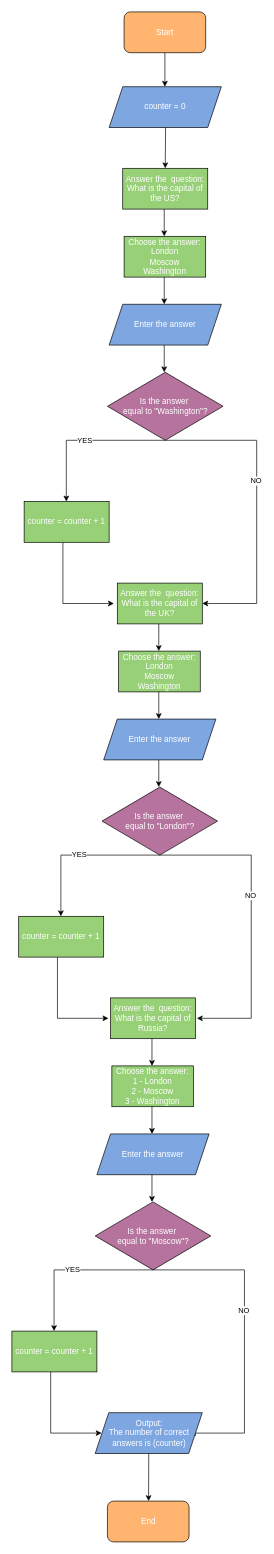
This is src/Untitled Diagram.drawio from amir-deveeloper/Text_based_adventure, a draw.io file, before an edit. Source tidied: cells renumbered, new cells numbered last; positions are measured from the earlier drawing's top-left corner, leaving out a move shared by most shapes. Both pictures are drawn from the tidied source at 68%, with x=0, y=0 at pixel (12, 12).
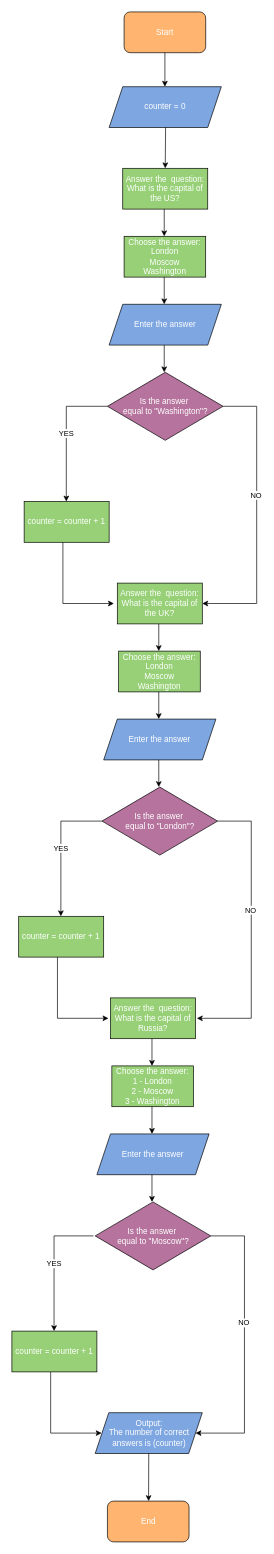
Above is the later version.

The change refers to these unchanged cells:
```xml
<mxCell id="10" value="Is the&amp;nbsp;answer&amp;nbsp;&lt;br&gt;equal to &quot;Washington&quot;?" style="rhombus;whiteSpace=wrap;html=1;fontColor=#FFFFFF;fillColor=#B5739D;" parent="1" vertex="1">
  <mxGeometry x="140.5" y="530" width="170" height="100" as="geometry" />
</mxCell>
<mxCell id="24" value="Is the&amp;nbsp;answer&amp;nbsp;&lt;br&gt;equal to &quot;London&quot;?" style="rhombus;whiteSpace=wrap;html=1;fontColor=#FFFFFF;fillColor=#B5739D;" parent="1" vertex="1">
  <mxGeometry x="132.5" y="1140" width="170" height="100" as="geometry" />
</mxCell>
<mxCell id="36" value="Is the&amp;nbsp;answer&amp;nbsp;&lt;br&gt;equal to &quot;Moscow&quot;?" style="rhombus;whiteSpace=wrap;html=1;fontColor=#FFFFFF;fillColor=#B5739D;" parent="1" vertex="1">
  <mxGeometry x="122.5" y="1750" width="170" height="100" as="geometry" />
</mxCell>
<mxCell id="42" value="Output:&lt;br&gt;The number of correct answers is (counter)" style="shape=parallelogram;perimeter=parallelogramPerimeter;whiteSpace=wrap;html=1;fixedSize=1;fontColor=#FFFFFF;fillColor=#7EA6E0;" parent="1" vertex="1">
  <mxGeometry x="122.5" y="2060" width="157.5" height="60" as="geometry" />
</mxCell>
```

The edit, as a diff of the source:
```diff
@@
-    <mxCell id="11" value="&lt;font color=&quot;#000000&quot;&gt;YES&lt;/font&gt;" style="endArrow=classic;html=1;rounded=0;fontColor=#FFFFFF;exitX=0.5;exitY=1;exitDx=0;exitDy=0;" parent="1" edge="1">
+    <mxCell id="11" value="&lt;font color=&quot;#000000&quot;&gt;YES&lt;/font&gt;" style="endArrow=classic;html=1;rounded=0;fontColor=#FFFFFF;exitX=0;exitY=0.5;exitDx=0;exitDy=0;" parent="1" edge="1" source="10">
       <mxGeometry relative="1" as="geometry">
-        <mxPoint x="222.5" y="630" as="sourcePoint" />
         <mxPoint x="80" y="720" as="targetPoint" />
         <Array as="points">
-          <mxPoint x="80" y="630" />
+          <mxPoint x="80" y="580" />
         </Array>
       </mxGeometry>
     </mxCell>
-    <mxCell id="12" style="endArrow=classic;html=1;rounded=0;fontColor=#FFFFFF;exitX=0.5;exitY=1;exitDx=0;exitDy=0;" parent="1" edge="1">
+    <mxCell id="12" style="endArrow=classic;html=1;rounded=0;fontColor=#FFFFFF;exitX=1;exitY=0.5;exitDx=0;exitDy=0;" parent="1" edge="1" source="10">
       <mxGeometry relative="1" as="geometry">
-        <mxPoint x="222.5" y="630" as="sourcePoint" />
         <mxPoint x="280" y="870" as="targetPoint" />
         <Array as="points">
-          <mxPoint x="360" y="630" />
+          <mxPoint x="360" y="580" />
           <mxPoint x="360" y="870" />
         </Array>
       </mxGeometry>
     </mxCell>
@@
-    <mxCell id="25" value="&lt;font color=&quot;#000000&quot;&gt;YES&lt;/font&gt;" style="endArrow=classic;html=1;rounded=0;fontColor=#FFFFFF;exitX=0.5;exitY=1;exitDx=0;exitDy=0;" parent="1" edge="1">
+    <mxCell id="25" value="&lt;font color=&quot;#000000&quot;&gt;YES&lt;/font&gt;" style="endArrow=classic;html=1;rounded=0;fontColor=#FFFFFF;exitX=0;exitY=0.5;exitDx=0;exitDy=0;" parent="1" edge="1" source="24">
       <mxGeometry relative="1" as="geometry">
-        <mxPoint x="214.5" y="1240" as="sourcePoint" />
         <mxPoint x="72" y="1330" as="targetPoint" />
         <Array as="points">
-          <mxPoint x="72" y="1240" />
+          <mxPoint x="72" y="1190" />
         </Array>
       </mxGeometry>
     </mxCell>
-    <mxCell id="26" style="endArrow=classic;html=1;rounded=0;fontColor=#FFFFFF;exitX=0.5;exitY=1;exitDx=0;exitDy=0;" parent="1" edge="1">
+    <mxCell id="26" style="endArrow=classic;html=1;rounded=0;fontColor=#FFFFFF;exitX=1;exitY=0.5;exitDx=0;exitDy=0;" parent="1" edge="1" source="24">
       <mxGeometry relative="1" as="geometry">
-        <mxPoint x="214.5" y="1240" as="sourcePoint" />
         <mxPoint x="272" y="1480" as="targetPoint" />
         <Array as="points">
-          <mxPoint x="352" y="1240" />
+          <mxPoint x="352" y="1190" />
           <mxPoint x="352" y="1480" />
         </Array>
       </mxGeometry>
     </mxCell>
@@
-    <mxCell id="37" value="&lt;font color=&quot;#000000&quot;&gt;YES&lt;/font&gt;" style="endArrow=classic;html=1;rounded=0;fontColor=#FFFFFF;exitX=0.5;exitY=1;exitDx=0;exitDy=0;" parent="1" edge="1">
+    <mxCell id="37" value="&lt;font color=&quot;#000000&quot;&gt;YES&lt;/font&gt;" style="endArrow=classic;html=1;rounded=0;fontColor=#FFFFFF;" parent="1" edge="1">
       <mxGeometry relative="1" as="geometry">
-        <mxPoint x="204.5" y="1850" as="sourcePoint" />
+        <mxPoint x="120" y="1800" as="sourcePoint" />
         <mxPoint x="62" y="1940" as="targetPoint" />
         <Array as="points">
-          <mxPoint x="62" y="1850" />
+          <mxPoint x="62" y="1800" />
         </Array>
       </mxGeometry>
     </mxCell>
-    <mxCell id="38" style="endArrow=classic;html=1;rounded=0;fontColor=#FFFFFF;exitX=0.5;exitY=1;exitDx=0;exitDy=0;" parent="1" edge="1">
+    <mxCell id="38" style="endArrow=classic;html=1;rounded=0;fontColor=#FFFFFF;exitX=1;exitY=0.5;exitDx=0;exitDy=0;" parent="1" edge="1" source="36" target="42">
       <mxGeometry relative="1" as="geometry">
-        <mxPoint x="204.5" y="1850" as="sourcePoint" />
-        <mxPoint x="262" y="2090" as="targetPoint" />
         <Array as="points">
-          <mxPoint x="342" y="1850" />
+          <mxPoint x="342" y="1800" />
           <mxPoint x="342" y="2090" />
         </Array>
       </mxGeometry>
     </mxCell>
```
